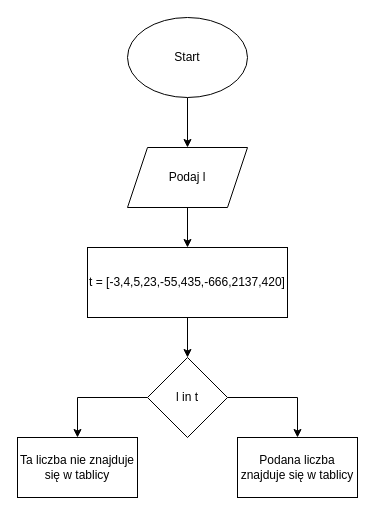
This is Diagram3.drawio from Jo3i/Algorytmy-i-Struktury-Danych, a draw.io file, before an edit. Source tidied: cells renumbered, new cells numbered last; positions are measured from the earlier drawing's top-left corner, leaving out a move shared by most shapes. Both pictures are drawn from the tidied source at 100%, with x=0, y=0 at pixel (17, 17).
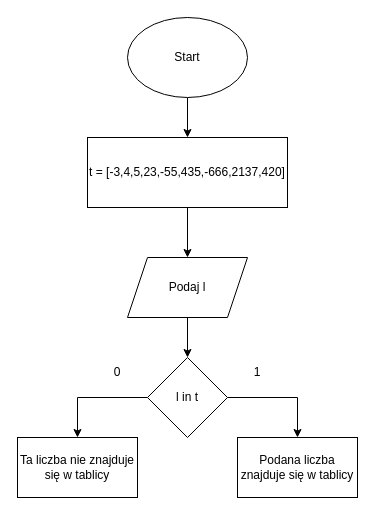
The same page after the edit.

What changed in the source:
```diff
@@
 <mxGraphModel>
   <root>
     <mxCell id="0" />
     <mxCell id="1" parent="0" />
-    <mxCell id="2" style="edgeStyle=orthogonalEdgeStyle;rounded=0;jettySize=auto;html=1;" parent="1" edge="1" source="3" target="5">
-      <mxGeometry relative="1" as="geometry" />
-    </mxCell>
+    <mxCell id="13" style="edgeStyle=orthogonalEdgeStyle;rounded=0;jettySize=auto;html=1;entryX=0.5;entryY=0;entryDx=0;entryDy=0;" parent="1" edge="1" source="3" target="7">
+      <mxGeometry relative="1" as="geometry" />
+    </mxCell>
     <mxCell id="3" value="Start" style="ellipse;whiteSpace=wrap;html=1;" parent="1" vertex="1">
       <mxGeometry x="110" width="120" height="80" as="geometry" />
     </mxCell>
-    <mxCell id="4" style="edgeStyle=orthogonalEdgeStyle;rounded=0;jettySize=auto;html=1;" parent="1" edge="1" source="5" target="7">
-      <mxGeometry relative="1" as="geometry" />
-    </mxCell>
+    <mxCell id="14" style="edgeStyle=orthogonalEdgeStyle;rounded=0;jettySize=auto;html=1;entryX=0.5;entryY=0;entryDx=0;entryDy=0;" parent="1" edge="1" source="5" target="10">
+      <mxGeometry relative="1" as="geometry" />
+    </mxCell>
     <mxCell id="5" value="Podaj l" style="shape=parallelogram;perimeter=parallelogramPerimeter;whiteSpace=wrap;html=1;fixedSize=1;" parent="1" vertex="1">
-      <mxGeometry x="110" y="130" width="120" height="60" as="geometry" />
+      <mxGeometry x="110" y="240" width="120" height="60" as="geometry" />
     </mxCell>
-    <mxCell id="6" style="edgeStyle=orthogonalEdgeStyle;rounded=0;jettySize=auto;html=1;" parent="1" edge="1" source="7" target="10">
-      <mxGeometry relative="1" as="geometry" />
-    </mxCell>
+    <mxCell id="15" style="edgeStyle=orthogonalEdgeStyle;rounded=0;jettySize=auto;html=1;" parent="1" edge="1" source="7" target="5">
+      <mxGeometry relative="1" as="geometry" />
+    </mxCell>
     <mxCell id="7" value="t = [-3,4,5,23,-55,435,-666,2137,420]" style="rounded=0;whiteSpace=wrap;html=1;" parent="1" vertex="1">
-      <mxGeometry x="70" y="230" width="200" height="70" as="geometry" />
+      <mxGeometry x="70" y="120" width="200" height="70" as="geometry" />
     </mxCell>
     <mxCell id="8" style="edgeStyle=orthogonalEdgeStyle;rounded=0;jettySize=auto;html=1;entryX=0.5;entryY=0;entryDx=0;entryDy=0;" parent="1" edge="1" source="10" target="11">
       <mxGeometry relative="1" as="geometry" />
     </mxCell>
     <mxCell id="9" style="edgeStyle=orthogonalEdgeStyle;rounded=0;jettySize=auto;html=1;entryX=0.5;entryY=0;entryDx=0;entryDy=0;" parent="1" edge="1" source="10" target="12">
       <mxGeometry relative="1" as="geometry" />
     </mxCell>
     <mxCell id="10" value="l in t" style="rhombus;whiteSpace=wrap;html=1;" parent="1" vertex="1">
       <mxGeometry x="130" y="340" width="80" height="80" as="geometry" />
     </mxCell>
     <mxCell id="11" value="Podana liczba znajduje się w tablicy" style="rounded=0;whiteSpace=wrap;html=1;" parent="1" vertex="1">
       <mxGeometry x="220" y="420" width="120" height="60" as="geometry" />
     </mxCell>
     <mxCell id="12" value="Ta liczba nie znajduje się w tablicy" style="rounded=0;whiteSpace=wrap;html=1;" parent="1" vertex="1">
       <mxGeometry y="420" width="120" height="60" as="geometry" />
     </mxCell>
+    <mxCell id="16" value="1" style="text;html=1;strokeColor=none;fillColor=none;align=center;verticalAlign=middle;whiteSpace=wrap;rounded=0;" parent="1" vertex="1">
+      <mxGeometry x="210" y="340" width="60" height="30" as="geometry" />
+    </mxCell>
+    <mxCell id="17" value="0" style="text;html=1;strokeColor=none;fillColor=none;align=center;verticalAlign=middle;whiteSpace=wrap;rounded=0;" parent="1" vertex="1">
+      <mxGeometry x="70" y="340" width="60" height="30" as="geometry" />
+    </mxCell>
   </root>
 </mxGraphModel>
```
